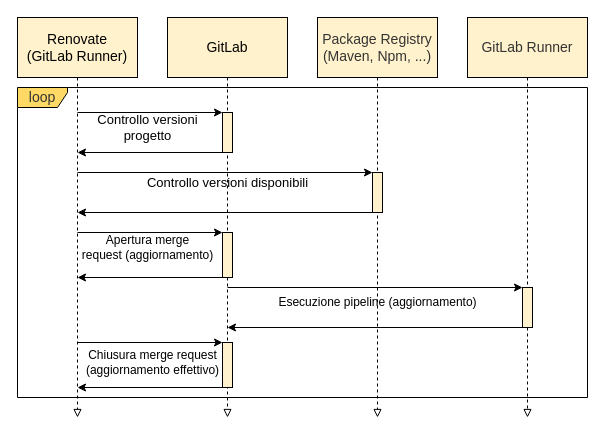
Above: page "Page-17" (13 of 19) of tesi-2.drawio in paganellif/tesi-paganelli (draw.io), before the change. Source tidied: cells renumbered, new cells numbered last; positions are measured from the earlier drawing's top-left corner, leaving out a move shared by most shapes. Both pictures are drawn from the tidied source at 100%, with x=0, y=0 at pixel (17, 17).
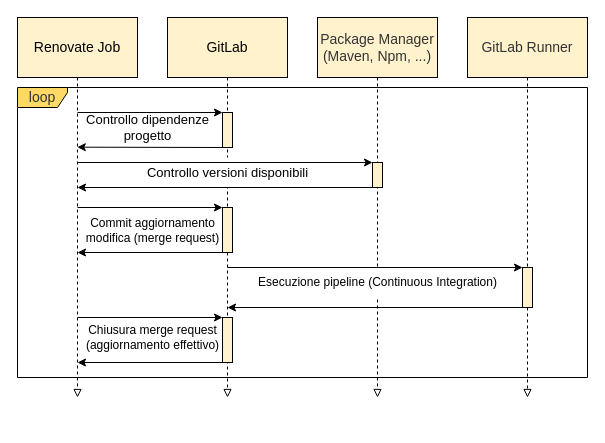
After the change.

The change refers to these unchanged cells:
```xml
<mxCell id="13" value="GitLab" style="rounded=0;whiteSpace=wrap;html=1;fontSize=14;strokeColor=#000000;fillColor=#fff2cc;" parent="1" vertex="1">
  <mxGeometry x="150" width="120" height="60" as="geometry" />
</mxCell>
```

The edit, as a diff of the source:
```diff
@@
+    <mxCell id="19" style="edgeStyle=none;rounded=0;jettySize=auto;html=1;endArrow=none;endFill=0;dashed=1;strokeWidth=1;exitX=0.5;exitY=1;exitDx=0;exitDy=0;startArrow=none;strokeColor=#000000;fontSize=13;" parent="1" edge="1" source="13" target="18">
+      <mxGeometry relative="1" as="geometry" />
+    </mxCell>
     <mxCell id="2" value="loop" style="shape=umlFrame;whiteSpace=wrap;html=1;fontSize=14;width=50;height=20;fillColor=#FFD966;fontColor=#333333;strokeColor=#000000;" parent="1" vertex="1">
-      <mxGeometry y="70" width="570" height="310" as="geometry" />
+      <mxGeometry y="70" width="570" height="290" as="geometry" />
     </mxCell>
     <mxCell id="3" style="edgeStyle=none;rounded=0;jettySize=auto;html=1;endArrow=block;endFill=0;dashed=1;strokeWidth=1;startArrow=none;strokeColor=#000000;fontSize=13;exitX=0.5;exitY=1;exitDx=0;exitDy=0;" parent="1" edge="1" source="12">
       <mxGeometry relative="1" as="geometry">
-        <mxPoint x="60" y="400" as="targetPoint" />
+        <mxPoint x="60" y="380" as="targetPoint" />
       </mxGeometry>
     </mxCell>
     <mxCell id="4" style="edgeStyle=none;rounded=0;jettySize=auto;html=1;endArrow=block;endFill=0;dashed=1;strokeWidth=1;exitX=0.5;exitY=1;exitDx=0;exitDy=0;startArrow=none;strokeColor=#000000;fontSize=13;" parent="1" edge="1" source="18">
       <mxGeometry relative="1" as="geometry">
-        <mxPoint x="210" y="400" as="targetPoint" />
+        <mxPoint x="210" y="380" as="targetPoint" />
       </mxGeometry>
     </mxCell>
     <mxCell id="5" style="edgeStyle=none;rounded=0;jettySize=auto;html=1;endArrow=block;endFill=0;dashed=1;strokeWidth=1;exitX=0.5;exitY=1;exitDx=0;exitDy=0;startArrow=none;fontSize=13;" parent="1" edge="1" source="14">
       <mxGeometry relative="1" as="geometry">
-        <mxPoint x="360" y="400" as="targetPoint" />
+        <mxPoint x="360" y="380" as="targetPoint" />
       </mxGeometry>
     </mxCell>
-    <mxCell id="6" style="endArrow=none;html=1;rounded=0;strokeWidth=1;startArrow=classic;startFill=1;endFill=0;fontSize=13;exitX=0;exitY=0;exitDx=0;exitDy=0;" parent="1" edge="1" source="18">
+    <mxCell id="6" style="endArrow=none;html=1;rounded=0;strokeWidth=1;startArrow=classic;startFill=1;endFill=0;fontSize=13;exitX=0;exitY=0;exitDx=0;exitDy=0;" parent="1" edge="1">
       <mxGeometry relative="1" as="geometry">
-        <mxPoint x="60" y="215" as="targetPoint" />
+        <mxPoint x="205" y="190" as="sourcePoint" />
+        <mxPoint x="60" y="190" as="targetPoint" />
       </mxGeometry>
     </mxCell>
     <mxCell id="7" style="endArrow=none;html=1;rounded=0;strokeWidth=1;startArrow=classic;startFill=1;endFill=0;fontSize=13;entryX=0;entryY=1;entryDx=0;entryDy=0;" parent="1" edge="1" target="18">
       <mxGeometry relative="1" as="geometry">
-        <mxPoint x="60" y="260" as="sourcePoint" />
+        <mxPoint x="60" y="235" as="sourcePoint" />
       </mxGeometry>
     </mxCell>
     <mxCell id="8" style="rounded=0;whiteSpace=wrap;html=1;fillColor=#FFF2CC;fontColor=#333333;strokeColor=#000000;fontSize=13;" parent="1" vertex="1">
-      <mxGeometry x="355" y="155" width="10" height="40" as="geometry" />
+      <mxGeometry x="355" y="145" width="10" height="25" as="geometry" />
     </mxCell>
-    <mxCell id="9" style="endArrow=none;html=1;rounded=0;strokeWidth=1;startArrow=classic;startFill=1;endFill=0;strokeColor=#000000;fontSize=13;" parent="1" edge="1">
-      <mxGeometry relative="1" as="geometry">
-        <mxPoint x="355" y="155" as="sourcePoint" />
-        <mxPoint x="60" y="155" as="targetPoint" />
-      </mxGeometry>
-    </mxCell>
-    <mxCell id="10" style="endArrow=none;html=1;rounded=0;strokeWidth=1;startArrow=classic;startFill=1;endFill=0;fontSize=13;" parent="1" edge="1">
-      <mxGeometry relative="1" as="geometry">
-        <mxPoint x="60" y="195" as="sourcePoint" />
-        <mxPoint x="355" y="195" as="targetPoint" />
-      </mxGeometry>
-    </mxCell>
-    <mxCell id="11" value="Controllo versioni disponibili" style="text;html=1;align=center;verticalAlign=middle;strokeColor=none;fillColor=none;fontSize=13;labelBackgroundColor=none;" parent="1" vertex="1">
-      <mxGeometry x="120" y="150" width="180" height="30" as="geometry" />
+    <mxCell id="11" value="Controllo versioni disponibili" style="text;html=1;align=center;verticalAlign=middle;strokeColor=none;fillColor=default;fontSize=13;labelBackgroundColor=none;" parent="1" vertex="1">
+      <mxGeometry x="120" y="140" width="180" height="30" as="geometry" />
     </mxCell>
-    <mxCell id="12" value="Renovate&lt;br&gt;(GitLab Runner)" style="rounded=0;whiteSpace=wrap;html=1;fontSize=14;strokeColor=#000000;fillColor=#FFF2CC;" parent="1" vertex="1">
+    <mxCell id="12" value="Renovate Job" style="rounded=0;whiteSpace=wrap;html=1;fontSize=14;strokeColor=#000000;fillColor=#FFF2CC;" parent="1" vertex="1">
       <mxGeometry width="120" height="60" as="geometry" />
     </mxCell>
@@
-    <mxCell id="14" value="Package Registry&lt;br&gt;(Maven, Npm, ...)" style="rounded=0;whiteSpace=wrap;html=1;fontSize=14;strokeColor=#000000;fillColor=#FFF2CC;fontColor=#333333;" parent="1" vertex="1">
+    <mxCell id="14" value="Package Manager&lt;br&gt;(Maven, Npm, ...)" style="rounded=0;whiteSpace=wrap;html=1;fontSize=14;strokeColor=#000000;fillColor=#FFF2CC;fontColor=#333333;" parent="1" vertex="1">
       <mxGeometry x="300" width="120" height="60" as="geometry" />
     </mxCell>
@@
-    <mxCell id="16" style="endArrow=none;html=1;rounded=0;strokeWidth=1;startArrow=classic;startFill=1;endFill=0;strokeColor=#000000;fontSize=13;" parent="1" edge="1">
-      <mxGeometry relative="1" as="geometry">
-        <mxPoint x="60" y="135" as="sourcePoint" />
-        <mxPoint x="205" y="135" as="targetPoint" />
-      </mxGeometry>
+    <mxCell id="16" style="endArrow=none;html=1;rounded=0;strokeWidth=1;startArrow=classic;startFill=1;endFill=0;strokeColor=#000000;fontSize=13;entryX=0;entryY=1;entryDx=0;entryDy=0;exitX=0.032;exitY=0.992;exitDx=0;exitDy=0;exitPerimeter=0;" parent="1" edge="1" source="17" target="20">
+      <mxGeometry relative="1" as="geometry" />
     </mxCell>
-    <mxCell id="17" value="Controllo versioni&lt;br&gt;progetto" style="text;html=1;align=center;verticalAlign=middle;points=[];strokeColor=none;fillColor=none;fontSize=13;" parent="1" vertex="1">
-      <mxGeometry x="70" y="90" width="120" height="40" as="geometry" />
+    <mxCell id="17" value="Controllo dipendenze&lt;br&gt;progetto" style="text;html=1;align=center;verticalAlign=middle;points=[];strokeColor=none;fillColor=none;fontSize=13;" parent="1" vertex="1">
+      <mxGeometry x="55" y="90" width="150" height="40" as="geometry" />
     </mxCell>
     <mxCell id="18" style="rounded=0;whiteSpace=wrap;html=1;fillColor=#FFF2CC;fontColor=#333333;strokeColor=#000000;fontSize=13;" parent="1" vertex="1">
-      <mxGeometry x="205" y="215" width="10" height="45" as="geometry" />
+      <mxGeometry x="205" y="190" width="10" height="45" as="geometry" />
     </mxCell>
-    <mxCell id="19" style="edgeStyle=none;rounded=0;jettySize=auto;html=1;endArrow=none;endFill=0;dashed=1;strokeWidth=1;exitX=0.5;exitY=1;exitDx=0;exitDy=0;startArrow=none;strokeColor=#000000;fontSize=13;" parent="1" edge="1" source="13" target="18">
-      <mxGeometry relative="1" as="geometry" />
-    </mxCell>
     <mxCell id="20" style="rounded=0;whiteSpace=wrap;html=1;fillColor=#fff2cc;strokeColor=#000000;fontSize=13;" parent="1" vertex="1">
-      <mxGeometry x="205" y="95" width="10" height="40" as="geometry" />
+      <mxGeometry x="205" y="95" width="10" height="35" as="geometry" />
     </mxCell>
-    <mxCell id="21" value="Apertura merge &lt;br&gt;request (aggiornamento)" style="text;html=1;align=center;verticalAlign=middle;strokeColor=none;fillColor=none;" parent="1" vertex="1">
-      <mxGeometry x="55" y="210" width="150" height="40" as="geometry" />
+    <mxCell id="21" value="Commit aggiornamento &lt;br&gt;modifica (merge request)" style="text;html=1;align=center;verticalAlign=middle;strokeColor=none;fillColor=none;" parent="1" vertex="1">
+      <mxGeometry x="55" y="192.5" width="160" height="40" as="geometry" />
     </mxCell>
     <mxCell id="22" style="edgeStyle=none;rounded=0;jettySize=auto;html=1;endArrow=block;endFill=0;dashed=1;strokeWidth=1;exitX=0.5;exitY=1;exitDx=0;exitDy=0;startArrow=none;fontSize=13;" parent="1" edge="1" source="24">
       <mxGeometry relative="1" as="geometry">
-        <mxPoint x="510" y="400" as="targetPoint" />
+        <mxPoint x="510" y="380" as="targetPoint" />
       </mxGeometry>
     </mxCell>
@@
     <mxCell id="24" style="rounded=0;whiteSpace=wrap;html=1;fillColor=#FFF2CC;fontColor=#333333;strokeColor=#000000;fontSize=13;" parent="1" vertex="1">
-      <mxGeometry x="505" y="270" width="10" height="40" as="geometry" />
+      <mxGeometry x="505" y="250" width="10" height="40" as="geometry" />
     </mxCell>
@@
-    <mxCell id="26" style="endArrow=none;html=1;rounded=0;strokeWidth=1;startArrow=classic;startFill=1;endFill=0;strokeColor=#000000;fontSize=13;" parent="1" edge="1">
-      <mxGeometry relative="1" as="geometry">
-        <mxPoint x="505" y="270" as="sourcePoint" />
-        <mxPoint x="210" y="270" as="targetPoint" />
-      </mxGeometry>
-    </mxCell>
     <mxCell id="27" style="endArrow=none;html=1;rounded=0;strokeWidth=1;startArrow=classic;startFill=1;endFill=0;fontSize=13;" parent="1" edge="1">
       <mxGeometry relative="1" as="geometry">
-        <mxPoint x="210" y="310" as="sourcePoint" />
-        <mxPoint x="505" y="310" as="targetPoint" />
+        <mxPoint x="210" y="290" as="sourcePoint" />
+        <mxPoint x="505" y="290" as="targetPoint" />
       </mxGeometry>
     </mxCell>
-    <mxCell id="28" value="Esecuzione pipeline (aggiornamento)" style="text;html=1;align=center;verticalAlign=middle;strokeColor=none;fillColor=none;" parent="1" vertex="1">
-      <mxGeometry x="250" y="270" width="220" height="30" as="geometry" />
+    <mxCell id="28" value="Esecuzione pipeline (Continuous Integration)" style="text;html=1;align=center;verticalAlign=middle;strokeColor=none;fillColor=default;" parent="1" vertex="1">
+      <mxGeometry x="230" y="250" width="260" height="30" as="geometry" />
     </mxCell>
     <mxCell id="29" value="Chiusura merge request &lt;br&gt;(aggiornamento effettivo)" style="text;html=1;align=center;verticalAlign=middle;strokeColor=none;fillColor=none;" parent="1" vertex="1">
-      <mxGeometry x="55" y="325" width="160" height="40" as="geometry" />
+      <mxGeometry x="55" y="300" width="160" height="40" as="geometry" />
     </mxCell>
     <mxCell id="30" style="endArrow=none;html=1;rounded=0;strokeWidth=1;startArrow=classic;startFill=1;endFill=0;fontSize=13;exitX=0;exitY=0;exitDx=0;exitDy=0;" parent="1" edge="1" source="32">
       <mxGeometry relative="1" as="geometry">
-        <mxPoint x="60" y="325" as="targetPoint" />
+        <mxPoint x="60" y="300" as="targetPoint" />
       </mxGeometry>
     </mxCell>
     <mxCell id="31" style="endArrow=none;html=1;rounded=0;strokeWidth=1;startArrow=classic;startFill=1;endFill=0;fontSize=13;entryX=0;entryY=1;entryDx=0;entryDy=0;" parent="1" edge="1" target="32">
       <mxGeometry relative="1" as="geometry">
-        <mxPoint x="60" y="370" as="sourcePoint" />
+        <mxPoint x="60" y="345" as="sourcePoint" />
       </mxGeometry>
     </mxCell>
     <mxCell id="32" style="rounded=0;whiteSpace=wrap;html=1;fillColor=#FFF2CC;fontColor=#333333;strokeColor=#000000;fontSize=13;" parent="1" vertex="1">
-      <mxGeometry x="205" y="325" width="10" height="45" as="geometry" />
+      <mxGeometry x="205" y="300" width="10" height="45" as="geometry" />
     </mxCell>
+    <mxCell id="10" style="endArrow=none;html=1;rounded=0;strokeWidth=1;startArrow=classic;startFill=1;endFill=0;fontSize=13;entryX=0;entryY=1;entryDx=0;entryDy=0;" parent="1" edge="1" target="8">
+      <mxGeometry relative="1" as="geometry">
+        <mxPoint x="60" y="170" as="sourcePoint" />
+      </mxGeometry>
+    </mxCell>
+    <mxCell id="9" style="endArrow=none;html=1;rounded=0;strokeWidth=1;startArrow=classic;startFill=1;endFill=0;strokeColor=#000000;fontSize=13;" parent="1" edge="1">
+      <mxGeometry relative="1" as="geometry">
+        <mxPoint x="355" y="145" as="sourcePoint" />
+        <mxPoint x="60" y="145" as="targetPoint" />
+      </mxGeometry>
+    </mxCell>
+    <mxCell id="26" style="endArrow=none;html=1;rounded=0;strokeWidth=1;startArrow=classic;startFill=1;endFill=0;strokeColor=#000000;fontSize=13;" parent="1" edge="1">
+      <mxGeometry relative="1" as="geometry">
+        <mxPoint x="505" y="250" as="sourcePoint" />
+        <mxPoint x="210" y="250" as="targetPoint" />
+      </mxGeometry>
+    </mxCell>
```
